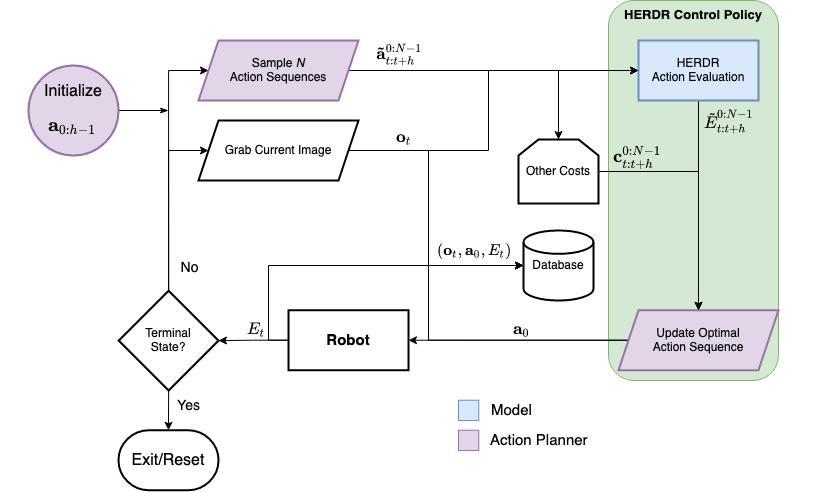
Above: Report Back-up/images/HERDR_pipeline.png in NDurocher/HERDR-Msc-Thesis (draw.io), before the change. Source tidied: cells renumbered, new cells last; positions are measured from the earlier drawing's top-left corner, leaving out a move shared by most shapes.
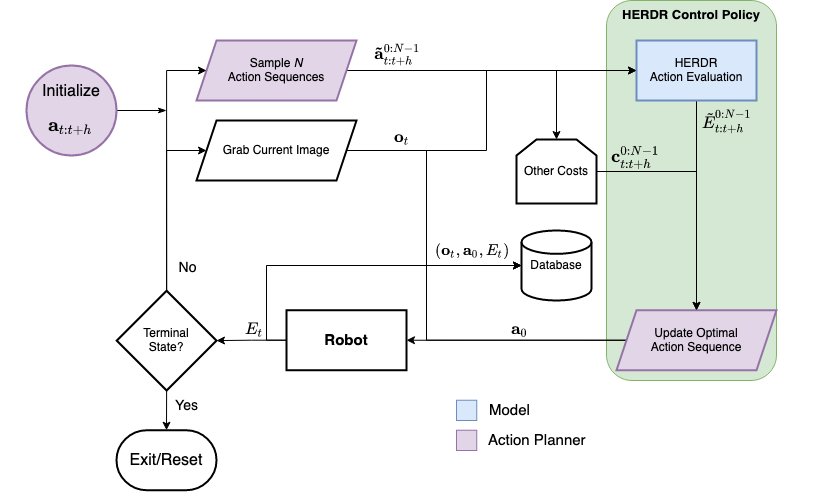
After the commit.

Change to the diagram source:
```diff
@@ -10,7 +10,7 @@
         <mxPoint x="140" y="110" as="targetPoint" />
       </mxGeometry>
     </mxCell>
-    <mxCell id="4" value="&lt;div&gt;Initialize&lt;/div&gt;$$\mathbf{a}_{0:h-1} $$" style="strokeWidth=2;html=1;shape=mxgraph.flowchart.start_2;whiteSpace=wrap;fontSize=16;verticalAlign=bottom;fillColor=#e1d5e7;strokeColor=#9673a6;" parent="1" vertex="1">
+    <mxCell id="4" value="&lt;div&gt;Initialize&lt;/div&gt;$$\mathbf{a}_{t:t+h} $$" style="strokeWidth=2;html=1;shape=mxgraph.flowchart.start_2;whiteSpace=wrap;fontSize=16;verticalAlign=bottom;fillColor=#e1d5e7;strokeColor=#9673a6;" parent="1" vertex="1">
       <mxGeometry y="65" width="90" height="90" as="geometry" />
     </mxCell>
     <mxCell id="5" style="edgeStyle=orthogonalEdgeStyle;rounded=0;jettySize=auto;html=1;" parent="1" edge="1" source="8" target="11">
```
